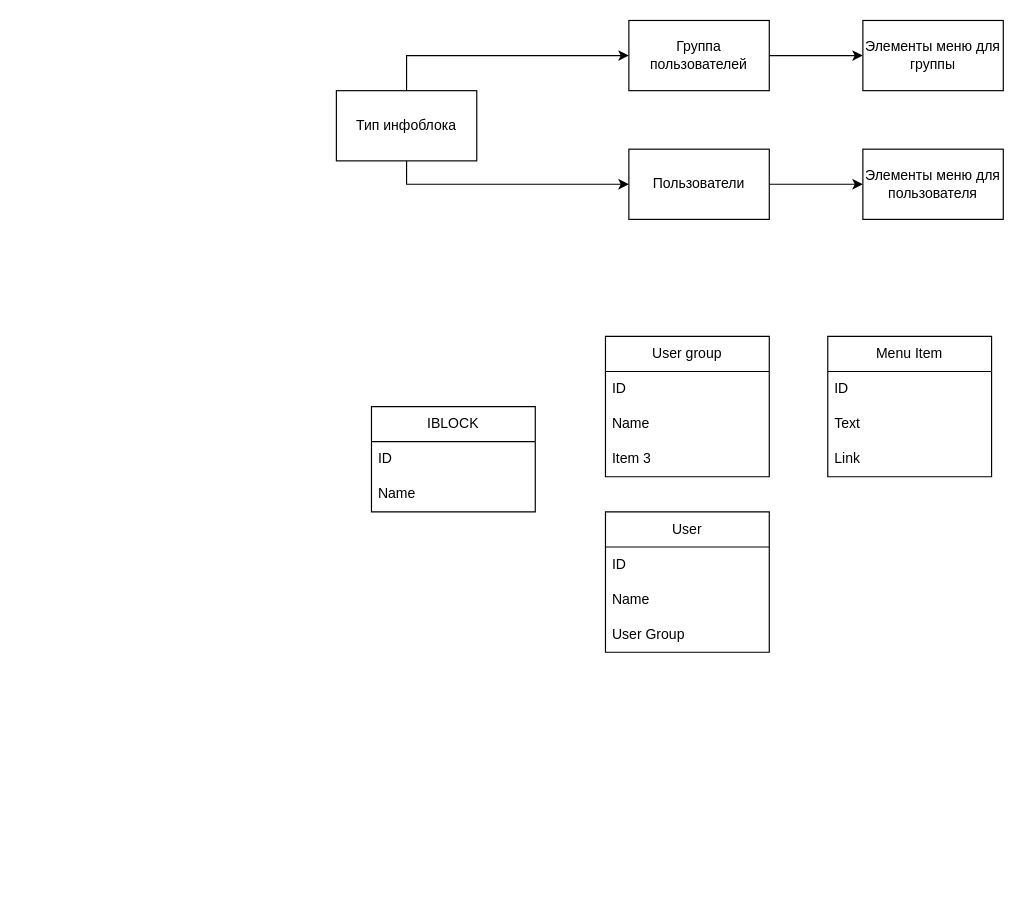
Before: Untitled Diagram.drawio in aslanov-ik/drawio, a draw.io diagram. Source tidied: cells renumbered, new cells numbered last; positions are measured from the earlier drawing's top-left corner, leaving out a move shared by most shapes. Both pictures are drawn from the tidied source at 117%, with x=0, y=0 at pixel (336, 20).
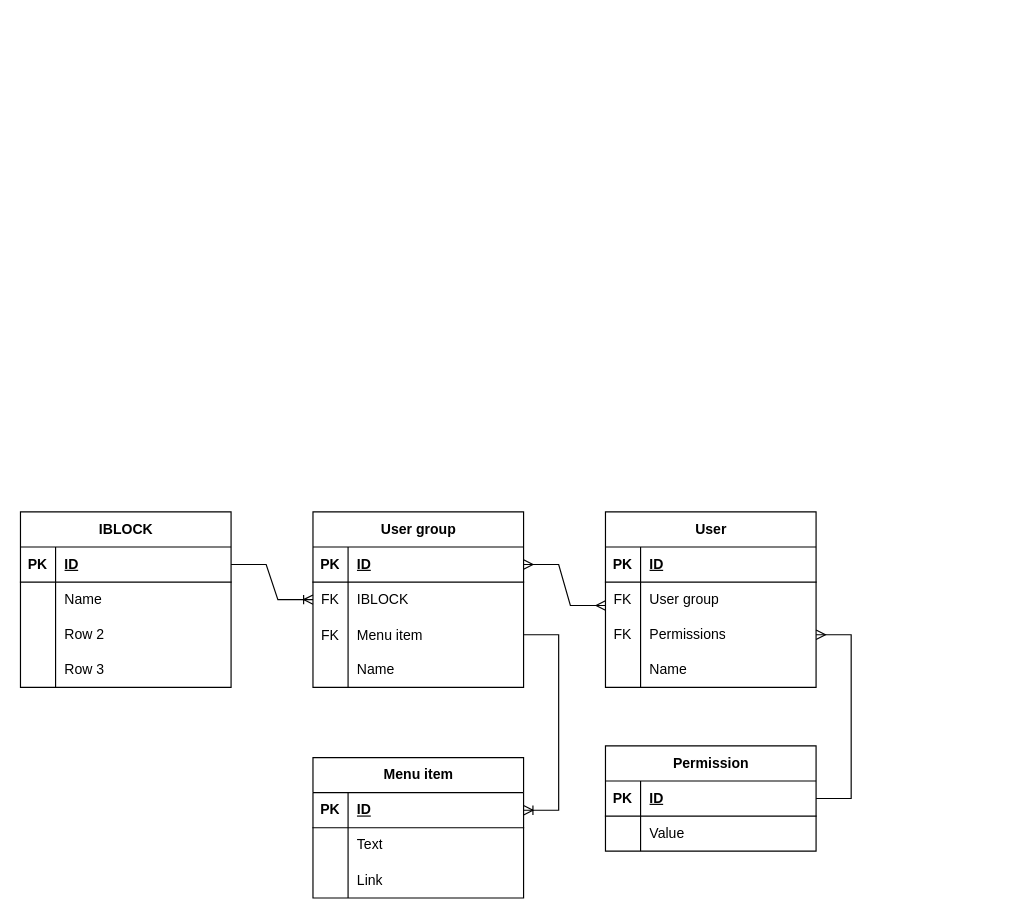
Above is the later version.

The edit, as a diff of the source:
```diff
@@
-    <mxCell id="2" style="edgeStyle=orthogonalEdgeStyle;rounded=0;jettySize=auto;html=1;" parent="1" edge="1" source="4" target="6">
-      <mxGeometry relative="1" as="geometry">
-        <Array as="points">
-          <mxPoint x="60" y="30" />
-        </Array>
-      </mxGeometry>
-    </mxCell>
-    <mxCell id="3" style="edgeStyle=orthogonalEdgeStyle;rounded=0;jettySize=auto;html=1;" parent="1" edge="1" source="4" target="9">
-      <mxGeometry relative="1" as="geometry">
-        <Array as="points">
-          <mxPoint x="60" y="140" />
-        </Array>
-      </mxGeometry>
-    </mxCell>
-    <mxCell id="4" value="Тип инфоблока" style="rounded=0;whiteSpace=wrap;html=1;" parent="1" vertex="1">
-      <mxGeometry y="60" width="120" height="60" as="geometry" />
-    </mxCell>
-    <mxCell id="5" style="edgeStyle=orthogonalEdgeStyle;rounded=0;jettySize=auto;html=1;" parent="1" edge="1" source="6" target="7">
-      <mxGeometry relative="1" as="geometry" />
-    </mxCell>
-    <mxCell id="6" value="Группа пользователей" style="rounded=0;whiteSpace=wrap;html=1;" parent="1" vertex="1">
-      <mxGeometry x="250" width="120" height="60" as="geometry" />
-    </mxCell>
-    <mxCell id="7" value="Элементы меню для группы" style="rounded=0;whiteSpace=wrap;html=1;" parent="1" vertex="1">
-      <mxGeometry x="450" width="120" height="60" as="geometry" />
-    </mxCell>
-    <mxCell id="8" style="edgeStyle=orthogonalEdgeStyle;rounded=0;jettySize=auto;html=1;" parent="1" edge="1" source="9" target="10">
-      <mxGeometry relative="1" as="geometry" />
-    </mxCell>
-    <mxCell id="9" value="Пользователи" style="rounded=0;whiteSpace=wrap;html=1;" parent="1" vertex="1">
-      <mxGeometry x="250" y="110" width="120" height="60" as="geometry" />
-    </mxCell>
-    <mxCell id="10" value="Элементы меню для пользователя" style="rounded=0;whiteSpace=wrap;html=1;" parent="1" vertex="1">
-      <mxGeometry x="450" y="110" width="120" height="60" as="geometry" />
-    </mxCell>
-    <mxCell id="11" value="IBLOCK" style="swimlane;fontStyle=0;horizontal=1;startSize=30;whiteSpace=wrap;html=1;" parent="1" vertex="1">
-      <mxGeometry x="30" y="330" width="140" height="90" as="geometry" />
-    </mxCell>
-    <mxCell id="12" value="ID" style="text;strokeColor=none;fillColor=none;align=left;verticalAlign=middle;spacingLeft=4;spacingRight=4;overflow=hidden;whiteSpace=wrap;html=1;" parent="11" vertex="1">
-      <mxGeometry y="30" width="140" height="30" as="geometry" />
-    </mxCell>
-    <mxCell id="13" value="Name" style="text;strokeColor=none;fillColor=none;align=left;verticalAlign=middle;spacingLeft=4;spacingRight=4;overflow=hidden;whiteSpace=wrap;html=1;" parent="11" vertex="1">
-      <mxGeometry y="60" width="140" height="30" as="geometry" />
-    </mxCell>
-    <mxCell id="14" value="User group" style="swimlane;fontStyle=0;horizontal=1;startSize=30;whiteSpace=wrap;html=1;" parent="1" vertex="1">
-      <mxGeometry x="230" y="270" width="140" height="120" as="geometry" />
-    </mxCell>
-    <mxCell id="15" value="ID" style="text;strokeColor=none;fillColor=none;align=left;verticalAlign=middle;spacingLeft=4;spacingRight=4;overflow=hidden;whiteSpace=wrap;html=1;" parent="14" vertex="1">
-      <mxGeometry y="30" width="140" height="30" as="geometry" />
-    </mxCell>
-    <mxCell id="16" value="Name" style="text;strokeColor=none;fillColor=none;align=left;verticalAlign=middle;spacingLeft=4;spacingRight=4;overflow=hidden;whiteSpace=wrap;html=1;" parent="14" vertex="1">
-      <mxGeometry y="60" width="140" height="30" as="geometry" />
-    </mxCell>
-    <mxCell id="17" value="Item 3" style="text;strokeColor=none;fillColor=none;align=left;verticalAlign=middle;spacingLeft=4;spacingRight=4;overflow=hidden;whiteSpace=wrap;html=1;" parent="14" vertex="1">
-      <mxGeometry y="90" width="140" height="30" as="geometry" />
-    </mxCell>
-    <mxCell id="18" value="Menu Item" style="swimlane;fontStyle=0;horizontal=1;startSize=30;whiteSpace=wrap;html=1;" parent="1" vertex="1">
-      <mxGeometry x="420" y="270" width="140" height="120" as="geometry" />
-    </mxCell>
-    <mxCell id="19" value="ID" style="text;strokeColor=none;fillColor=none;align=left;verticalAlign=middle;spacingLeft=4;spacingRight=4;overflow=hidden;whiteSpace=wrap;html=1;" parent="18" vertex="1">
-      <mxGeometry y="30" width="140" height="30" as="geometry" />
-    </mxCell>
+    <mxCell id="26" value="IBLOCK" style="shape=table;startSize=30;childLayout=tableLayout;rowLines=0;fontStyle=1;align=center;html=1;" parent="1" vertex="1">
+      <mxGeometry x="-270" y="420" width="180" height="150" as="geometry" />
+    </mxCell>
+    <mxCell id="27" style="shape=tableRow;horizontal=0;startSize=0;swimlaneHead=0;swimlaneBody=0;fillColor=none;points=[[0,0.5],[1,0.5]];portConstraint=eastwest;top=0;left=0;right=0;bottom=1;" parent="26" vertex="1">
+      <mxGeometry y="30" width="180" height="30" as="geometry" />
+    </mxCell>
+    <mxCell id="28" value="PK" style="shape=partialRectangle;fillColor=none;top=0;left=0;bottom=0;right=0;fontStyle=1;overflow=hidden;whiteSpace=wrap;html=1;" parent="27" vertex="1">
+      <mxGeometry width="30" height="30" as="geometry" />
+    </mxCell>
+    <mxCell id="29" value="ID" style="shape=partialRectangle;fillColor=none;top=0;left=0;bottom=0;right=0;align=left;spacingLeft=6;fontStyle=5;overflow=hidden;whiteSpace=wrap;html=1;" parent="27" vertex="1">
+      <mxGeometry x="30" width="150" height="30" as="geometry" />
+    </mxCell>
+    <mxCell id="30" style="shape=tableRow;horizontal=0;startSize=0;swimlaneHead=0;swimlaneBody=0;fillColor=none;top=0;left=0;right=0;bottom=0;" parent="26" vertex="1">
+      <mxGeometry y="60" width="180" height="30" as="geometry" />
+    </mxCell>
+    <mxCell id="31" style="shape=partialRectangle;fillColor=none;top=0;left=0;bottom=0;right=0;overflow=hidden;whiteSpace=wrap;html=1;" parent="30" vertex="1">
+      <mxGeometry width="30" height="30" as="geometry" />
+    </mxCell>
+    <mxCell id="32" value="Name" style="shape=partialRectangle;fillColor=none;top=0;left=0;bottom=0;right=0;align=left;spacingLeft=6;overflow=hidden;whiteSpace=wrap;html=1;" parent="30" vertex="1">
+      <mxGeometry x="30" width="150" height="30" as="geometry" />
+    </mxCell>
+    <mxCell id="33" style="shape=tableRow;horizontal=0;startSize=0;swimlaneHead=0;swimlaneBody=0;fillColor=none;top=0;left=0;right=0;bottom=0;" parent="26" vertex="1">
+      <mxGeometry y="90" width="180" height="30" as="geometry" />
+    </mxCell>
+    <mxCell id="34" style="shape=partialRectangle;fillColor=none;top=0;left=0;bottom=0;right=0;overflow=hidden;whiteSpace=wrap;html=1;" parent="33" vertex="1">
+      <mxGeometry width="30" height="30" as="geometry" />
+    </mxCell>
+    <mxCell id="35" value="Row 2" style="shape=partialRectangle;fillColor=none;top=0;left=0;bottom=0;right=0;align=left;spacingLeft=6;overflow=hidden;whiteSpace=wrap;html=1;" parent="33" vertex="1">
+      <mxGeometry x="30" width="150" height="30" as="geometry" />
+    </mxCell>
+    <mxCell id="36" style="shape=tableRow;horizontal=0;startSize=0;swimlaneHead=0;swimlaneBody=0;fillColor=none;top=0;left=0;right=0;bottom=0;" parent="26" vertex="1">
+      <mxGeometry y="120" width="180" height="30" as="geometry" />
+    </mxCell>
+    <mxCell id="37" style="shape=partialRectangle;fillColor=none;top=0;left=0;bottom=0;right=0;overflow=hidden;whiteSpace=wrap;html=1;" parent="36" vertex="1">
+      <mxGeometry width="30" height="30" as="geometry" />
+    </mxCell>
+    <mxCell id="38" value="Row 3" style="shape=partialRectangle;fillColor=none;top=0;left=0;bottom=0;right=0;align=left;spacingLeft=6;overflow=hidden;whiteSpace=wrap;html=1;" parent="36" vertex="1">
+      <mxGeometry x="30" width="150" height="30" as="geometry" />
+    </mxCell>
+    <mxCell id="39" value="User group" style="shape=table;startSize=30;childLayout=tableLayout;rowLines=0;fontStyle=1;align=center;html=1;" parent="1" vertex="1">
+      <mxGeometry x="-20" y="420" width="180" height="150" as="geometry" />
+    </mxCell>
+    <mxCell id="40" style="shape=tableRow;horizontal=0;startSize=0;swimlaneHead=0;swimlaneBody=0;fillColor=none;points=[[0,0.5],[1,0.5]];portConstraint=eastwest;top=0;left=0;right=0;bottom=1;" parent="39" vertex="1">
+      <mxGeometry y="30" width="180" height="30" as="geometry" />
+    </mxCell>
+    <mxCell id="41" value="PK" style="shape=partialRectangle;fillColor=none;top=0;left=0;bottom=0;right=0;fontStyle=1;overflow=hidden;whiteSpace=wrap;html=1;" parent="40" vertex="1">
+      <mxGeometry width="30" height="30" as="geometry" />
+    </mxCell>
+    <mxCell id="42" value="ID" style="shape=partialRectangle;fillColor=none;top=0;left=0;bottom=0;right=0;align=left;spacingLeft=6;fontStyle=5;overflow=hidden;whiteSpace=wrap;html=1;" parent="40" vertex="1">
+      <mxGeometry x="30" width="150" height="30" as="geometry" />
+    </mxCell>
+    <mxCell id="43" style="shape=tableRow;horizontal=0;startSize=0;swimlaneHead=0;swimlaneBody=0;fillColor=none;points=[[0,0.5],[1,0.5]];portConstraint=eastwest;top=0;left=0;right=0;bottom=0;" parent="39" vertex="1">
+      <mxGeometry y="60" width="180" height="30" as="geometry" />
+    </mxCell>
+    <mxCell id="44" value="FK" style="shape=partialRectangle;fillColor=none;top=0;left=0;bottom=0;right=0;overflow=hidden;whiteSpace=wrap;html=1;" parent="43" vertex="1">
+      <mxGeometry width="30" height="30" as="geometry" />
+    </mxCell>
+    <mxCell id="45" value="IBLOCK" style="shape=partialRectangle;fillColor=none;top=0;left=0;bottom=0;right=0;align=left;spacingLeft=6;overflow=hidden;whiteSpace=wrap;html=1;" parent="43" vertex="1">
+      <mxGeometry x="30" width="150" height="30" as="geometry" />
+    </mxCell>
+    <mxCell id="46" style="shape=tableRow;horizontal=0;startSize=0;swimlaneHead=0;swimlaneBody=0;fillColor=none;points=[[0,0.5],[1,0.5]];portConstraint=eastwest;top=0;left=0;right=0;bottom=0;" parent="39" vertex="1">
+      <mxGeometry y="90" width="180" height="30" as="geometry" />
+    </mxCell>
+    <mxCell id="47" value="FK" style="shape=partialRectangle;fillColor=none;top=0;left=0;bottom=0;right=0;overflow=hidden;" parent="46" vertex="1">
+      <mxGeometry width="30" height="30" as="geometry" />
+    </mxCell>
+    <mxCell id="48" value="Menu item" style="shape=partialRectangle;fillColor=none;top=0;left=0;bottom=0;right=0;align=left;spacingLeft=6;overflow=hidden;" parent="46" vertex="1">
+      <mxGeometry x="30" width="150" height="30" as="geometry" />
+    </mxCell>
+    <mxCell id="49" style="shape=tableRow;horizontal=0;startSize=0;swimlaneHead=0;swimlaneBody=0;fillColor=none;top=0;left=0;right=0;bottom=0;" parent="39" vertex="1">
+      <mxGeometry y="120" width="180" height="30" as="geometry" />
+    </mxCell>
+    <mxCell id="50" style="shape=partialRectangle;fillColor=none;top=0;left=0;bottom=0;right=0;overflow=hidden;whiteSpace=wrap;html=1;" parent="49" vertex="1">
+      <mxGeometry width="30" height="30" as="geometry" />
+    </mxCell>
+    <mxCell id="51" value="Name" style="shape=partialRectangle;fillColor=none;top=0;left=0;bottom=0;right=0;align=left;spacingLeft=6;overflow=hidden;whiteSpace=wrap;html=1;" parent="49" vertex="1">
+      <mxGeometry x="30" width="150" height="30" as="geometry" />
+    </mxCell>
+    <mxCell id="22" value="User" style="shape=table;startSize=30;childLayout=tableLayout;rowLines=0;fontStyle=1;align=center;html=1;" parent="1" vertex="1">
+      <mxGeometry x="230" y="420" width="180" height="150" as="geometry" />
+    </mxCell>
+    <mxCell id="52" style="shape=tableRow;horizontal=0;startSize=0;swimlaneHead=0;swimlaneBody=0;fillColor=none;top=0;left=0;right=0;bottom=1;" parent="22" vertex="1">
+      <mxGeometry y="30" width="180" height="30" as="geometry" />
+    </mxCell>
+    <mxCell id="53" value="PK" style="shape=partialRectangle;fillColor=none;top=0;left=0;bottom=0;right=0;fontStyle=1;overflow=hidden;whiteSpace=wrap;html=1;" parent="52" vertex="1">
+      <mxGeometry width="30" height="30" as="geometry" />
+    </mxCell>
+    <mxCell id="54" value="ID" style="shape=partialRectangle;fillColor=none;top=0;left=0;bottom=0;right=0;align=left;spacingLeft=6;fontStyle=5;overflow=hidden;whiteSpace=wrap;html=1;" parent="52" vertex="1">
+      <mxGeometry x="30" width="150" height="30" as="geometry" />
+    </mxCell>
+    <mxCell id="55" style="shape=tableRow;horizontal=0;startSize=0;swimlaneHead=0;swimlaneBody=0;fillColor=none;points=[[0,0.5],[1,0.5]];portConstraint=eastwest;top=0;left=0;right=0;bottom=0;" parent="22" vertex="1">
+      <mxGeometry y="60" width="180" height="30" as="geometry" />
+    </mxCell>
+    <mxCell id="56" value="FK" style="shape=partialRectangle;fillColor=none;top=0;left=0;bottom=0;right=0;overflow=hidden;whiteSpace=wrap;html=1;" parent="55" vertex="1">
+      <mxGeometry width="30" height="30" as="geometry" />
+    </mxCell>
+    <mxCell id="57" value="User group" style="shape=partialRectangle;fillColor=none;top=0;left=0;bottom=0;right=0;align=left;spacingLeft=6;overflow=hidden;whiteSpace=wrap;html=1;" parent="55" vertex="1">
+      <mxGeometry x="30" width="150" height="30" as="geometry" />
+    </mxCell>
+    <mxCell id="58" style="shape=tableRow;horizontal=0;startSize=0;swimlaneHead=0;swimlaneBody=0;fillColor=none;points=[[0,0.5],[1,0.5]];portConstraint=eastwest;top=0;left=0;right=0;bottom=0;" parent="22" vertex="1">
+      <mxGeometry y="90" width="180" height="30" as="geometry" />
+    </mxCell>
+    <mxCell id="59" value="FK" style="shape=partialRectangle;fillColor=none;top=0;left=0;bottom=0;right=0;overflow=hidden;whiteSpace=wrap;html=1;" parent="58" vertex="1">
+      <mxGeometry width="30" height="30" as="geometry" />
+    </mxCell>
+    <mxCell id="60" value="Permissions" style="shape=partialRectangle;fillColor=none;top=0;left=0;bottom=0;right=0;align=left;spacingLeft=6;overflow=hidden;whiteSpace=wrap;html=1;" parent="58" vertex="1">
+      <mxGeometry x="30" width="150" height="30" as="geometry" />
+    </mxCell>
+    <mxCell id="61" style="shape=tableRow;horizontal=0;startSize=0;swimlaneHead=0;swimlaneBody=0;fillColor=none;top=0;left=0;right=0;bottom=0;" parent="22" vertex="1">
+      <mxGeometry y="120" width="180" height="30" as="geometry" />
+    </mxCell>
+    <mxCell id="62" style="shape=partialRectangle;fillColor=none;top=0;left=0;bottom=0;right=0;overflow=hidden;whiteSpace=wrap;html=1;" parent="61" vertex="1">
+      <mxGeometry width="30" height="30" as="geometry" />
+    </mxCell>
+    <mxCell id="63" value="Name" style="shape=partialRectangle;fillColor=none;top=0;left=0;bottom=0;right=0;align=left;spacingLeft=6;overflow=hidden;whiteSpace=wrap;html=1;" parent="61" vertex="1">
+      <mxGeometry x="30" width="150" height="30" as="geometry" />
+    </mxCell>
+    <mxCell id="64" value="Permission" style="shape=table;startSize=30;childLayout=tableLayout;rowLines=0;fontStyle=1;align=center;html=1;" parent="1" vertex="1">
+      <mxGeometry x="230" y="620" width="180" height="90" as="geometry" />
+    </mxCell>
+    <mxCell id="65" style="shape=tableRow;horizontal=0;startSize=0;swimlaneHead=0;swimlaneBody=0;fillColor=none;points=[[0,0.5],[1,0.5]];portConstraint=eastwest;top=0;left=0;right=0;bottom=1;" parent="64" vertex="1">
+      <mxGeometry y="30" width="180" height="30" as="geometry" />
+    </mxCell>
+    <mxCell id="66" value="PK" style="shape=partialRectangle;fillColor=none;top=0;left=0;bottom=0;right=0;fontStyle=1;overflow=hidden;whiteSpace=wrap;html=1;" parent="65" vertex="1">
+      <mxGeometry width="30" height="30" as="geometry" />
+    </mxCell>
+    <mxCell id="67" value="ID" style="shape=partialRectangle;fillColor=none;top=0;left=0;bottom=0;right=0;align=left;spacingLeft=6;fontStyle=5;overflow=hidden;whiteSpace=wrap;html=1;" parent="65" vertex="1">
+      <mxGeometry x="30" width="150" height="30" as="geometry" />
+    </mxCell>
+    <mxCell id="68" style="shape=tableRow;horizontal=0;startSize=0;swimlaneHead=0;swimlaneBody=0;fillColor=none;top=0;left=0;right=0;bottom=0;" parent="64" vertex="1">
+      <mxGeometry y="60" width="180" height="30" as="geometry" />
+    </mxCell>
+    <mxCell id="69" style="shape=partialRectangle;fillColor=none;top=0;left=0;bottom=0;right=0;overflow=hidden;whiteSpace=wrap;html=1;" parent="68" vertex="1">
+      <mxGeometry width="30" height="30" as="geometry" />
+    </mxCell>
+    <mxCell id="70" value="Value" style="shape=partialRectangle;fillColor=none;top=0;left=0;bottom=0;right=0;align=left;spacingLeft=6;overflow=hidden;whiteSpace=wrap;html=1;" parent="68" vertex="1">
+      <mxGeometry x="30" width="150" height="30" as="geometry" />
+    </mxCell>
+    <mxCell id="71" value="Menu item" style="shape=table;startSize=30;childLayout=tableLayout;rowLines=0;fontStyle=1;align=center;html=1;" parent="1" vertex="1">
+      <mxGeometry x="-20" y="630" width="180" height="120" as="geometry" />
+    </mxCell>
+    <mxCell id="72" style="shape=tableRow;horizontal=0;startSize=0;swimlaneHead=0;swimlaneBody=0;fillColor=none;points=[[0,0.5],[1,0.5]];portConstraint=eastwest;top=0;left=0;right=0;bottom=1;" parent="71" vertex="1">
+      <mxGeometry y="30" width="180" height="30" as="geometry" />
+    </mxCell>
+    <mxCell id="73" value="PK" style="shape=partialRectangle;fillColor=none;top=0;left=0;bottom=0;right=0;fontStyle=1;overflow=hidden;whiteSpace=wrap;html=1;" parent="72" vertex="1">
+      <mxGeometry width="30" height="30" as="geometry" />
+    </mxCell>
+    <mxCell id="74" value="ID" style="shape=partialRectangle;fillColor=none;top=0;left=0;bottom=0;right=0;align=left;spacingLeft=6;fontStyle=5;overflow=hidden;whiteSpace=wrap;html=1;" parent="72" vertex="1">
+      <mxGeometry x="30" width="150" height="30" as="geometry" />
+    </mxCell>
+    <mxCell id="75" style="shape=tableRow;horizontal=0;startSize=0;swimlaneHead=0;swimlaneBody=0;fillColor=none;top=0;left=0;right=0;bottom=0;" parent="71" vertex="1">
+      <mxGeometry y="60" width="180" height="30" as="geometry" />
+    </mxCell>
+    <mxCell id="76" style="shape=partialRectangle;fillColor=none;top=0;left=0;bottom=0;right=0;overflow=hidden;whiteSpace=wrap;html=1;" parent="75" vertex="1">
+      <mxGeometry width="30" height="30" as="geometry" />
+    </mxCell>
-    <mxCell id="20" value="Text" style="text;strokeColor=none;fillColor=none;align=left;verticalAlign=middle;spacingLeft=4;spacingRight=4;overflow=hidden;whiteSpace=wrap;html=1;" parent="18" vertex="1">
-      <mxGeometry y="60" width="140" height="30" as="geometry" />
+    <mxCell id="20" value="Text" style="shape=partialRectangle;fillColor=none;top=0;left=0;bottom=0;right=0;align=left;spacingLeft=6;overflow=hidden;whiteSpace=wrap;html=1;" parent="75" vertex="1">
+      <mxGeometry x="30" width="150" height="30" as="geometry" />
     </mxCell>
+    <mxCell id="77" style="shape=tableRow;horizontal=0;startSize=0;swimlaneHead=0;swimlaneBody=0;fillColor=none;top=0;left=0;right=0;bottom=0;" parent="71" vertex="1">
+      <mxGeometry y="90" width="180" height="30" as="geometry" />
+    </mxCell>
+    <mxCell id="78" style="shape=partialRectangle;fillColor=none;top=0;left=0;bottom=0;right=0;overflow=hidden;whiteSpace=wrap;html=1;" parent="77" vertex="1">
+      <mxGeometry width="30" height="30" as="geometry" />
+    </mxCell>
-    <mxCell id="21" value="Link" style="text;strokeColor=none;fillColor=none;align=left;verticalAlign=middle;spacingLeft=4;spacingRight=4;overflow=hidden;whiteSpace=wrap;html=1;" parent="18" vertex="1">
-      <mxGeometry y="90" width="140" height="30" as="geometry" />
+    <mxCell id="21" value="Link" style="shape=partialRectangle;fillColor=none;top=0;left=0;bottom=0;right=0;align=left;spacingLeft=6;overflow=hidden;whiteSpace=wrap;html=1;" parent="77" vertex="1">
+      <mxGeometry x="30" width="150" height="30" as="geometry" />
     </mxCell>
-    <mxCell id="22" value="User" style="swimlane;fontStyle=0;horizontal=1;startSize=30;whiteSpace=wrap;html=1;" parent="1" vertex="1">
-      <mxGeometry x="230" y="420" width="140" height="120" as="geometry" />
-    </mxCell>
-    <mxCell id="23" value="ID" style="text;strokeColor=none;fillColor=none;align=left;verticalAlign=middle;spacingLeft=4;spacingRight=4;overflow=hidden;whiteSpace=wrap;html=1;" parent="22" vertex="1">
-      <mxGeometry y="30" width="140" height="30" as="geometry" />
-    </mxCell>
-    <mxCell id="24" value="Name" style="text;strokeColor=none;fillColor=none;align=left;verticalAlign=middle;spacingLeft=4;spacingRight=4;overflow=hidden;whiteSpace=wrap;html=1;" parent="22" vertex="1">
-      <mxGeometry y="60" width="140" height="30" as="geometry" />
-    </mxCell>
-    <mxCell id="25" value="User Group" style="text;strokeColor=none;fillColor=none;align=left;verticalAlign=middle;spacingLeft=4;spacingRight=4;overflow=hidden;whiteSpace=wrap;html=1;" parent="22" vertex="1">
-      <mxGeometry y="90" width="140" height="30" as="geometry" />
-    </mxCell>
+    <mxCell id="79" style="edgeStyle=entityRelationEdgeStyle;fontSize=12;html=1;endArrow=ERoneToMany;rounded=0;exitX=1;exitY=0.5;exitDx=0;exitDy=0;" parent="1" edge="1" source="27" target="43">
+      <mxGeometry relative="1" as="geometry">
+        <Array as="points">
+          <mxPoint x="-50" y="460" />
+          <mxPoint x="-70" y="490" />
+          <mxPoint x="-40" y="480" />
+          <mxPoint x="-40" y="510" />
+        </Array>
+      </mxGeometry>
+    </mxCell>
+    <mxCell id="80" style="edgeStyle=entityRelationEdgeStyle;fontSize=12;html=1;endArrow=ERmany;startArrow=ERmany;rounded=0;exitX=1;exitY=0.5;exitDx=0;exitDy=0;entryX=0;entryY=0.667;entryDx=0;entryDy=0;entryPerimeter=0;" parent="1" edge="1" source="40" target="55">
+      <mxGeometry relative="1" as="geometry" />
+    </mxCell>
+    <mxCell id="81" style="edgeStyle=entityRelationEdgeStyle;fontSize=12;html=1;endArrow=ERmany;rounded=0;" parent="1" edge="1" source="65" target="58">
+      <mxGeometry relative="1" as="geometry">
+        <Array as="points">
+          <mxPoint x="130" y="625" />
+          <mxPoint x="130" y="640" />
+          <mxPoint x="120" y="630" />
+        </Array>
+      </mxGeometry>
+    </mxCell>
+    <mxCell id="82" style="edgeStyle=entityRelationEdgeStyle;fontSize=12;html=1;endArrow=ERoneToMany;rounded=0;" parent="1" edge="1" source="46" target="72">
+      <mxGeometry relative="1" as="geometry">
+        <Array as="points">
+          <mxPoint x="-50" y="600" />
+          <mxPoint x="130" y="600" />
+          <mxPoint x="60" y="620" />
+          <mxPoint x="-20" y="610" />
+        </Array>
+      </mxGeometry>
+    </mxCell>
```
